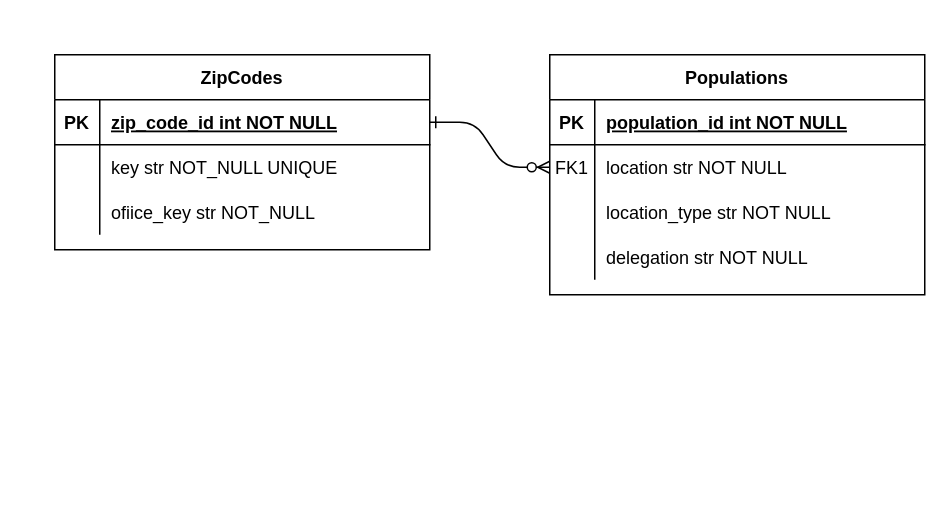
Earlier version of the draw.io diagram zip-codes/schema-db.drawio (Rola342/CodigoPostal). Source tidied: cells renumbered, new cells numbered last; positions are measured from the earlier drawing's top-left corner, leaving out a move shared by most shapes. Both pictures are drawn from the tidied source at 150%, with x=0, y=0 at pixel (54, 54).
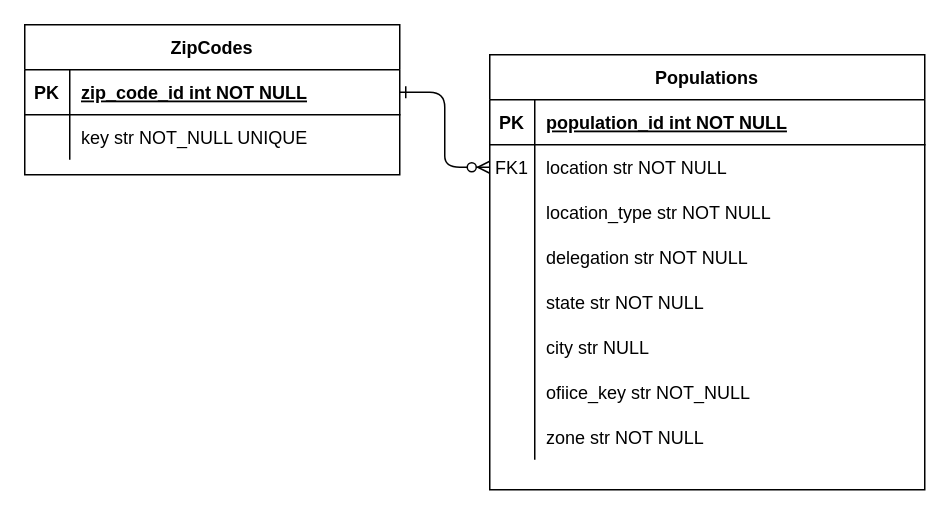
After the change.

Diff of the diagram source:
```diff
@@
     <mxCell id="3" value="Populations" style="shape=table;startSize=30;childLayout=tableLayout;rowLines=0;fontStyle=1;align=center;" parent="1" vertex="1">
-      <mxGeometry x="330" width="250" height="160" as="geometry" />
+      <mxGeometry x="290" width="290" height="290" as="geometry" />
     </mxCell>
     <mxCell id="4" style="shape=partialRectangle;fillColor=none;top=0;left=0;right=0;bottom=1;" parent="3" vertex="1">
-      <mxGeometry y="30" width="250" height="30" as="geometry" />
+      <mxGeometry y="30" width="290" height="30" as="geometry" />
     </mxCell>
@@
     <mxCell id="6" value="population_id int NOT NULL " style="shape=partialRectangle;overflow=hidden;fillColor=none;top=0;left=0;bottom=0;right=0;align=left;spacingLeft=6;fontStyle=5;" parent="4" vertex="1">
-      <mxGeometry x="30" width="220" height="30" as="geometry" />
+      <mxGeometry x="30" width="260" height="30" as="geometry" />
     </mxCell>
     <mxCell id="7" style="shape=partialRectangle;fillColor=none;points=[[0,0.5],[1,0.5]];portConstraint=eastwest;top=0;left=0;right=0;bottom=0;" parent="3" vertex="1">
-      <mxGeometry y="60" width="250" height="30" as="geometry" />
+      <mxGeometry y="60" width="290" height="30" as="geometry" />
     </mxCell>
@@
     <mxCell id="9" value="location str NOT NULL" style="shape=partialRectangle;overflow=hidden;fillColor=none;top=0;left=0;bottom=0;right=0;align=left;spacingLeft=6;" parent="7" vertex="1">
-      <mxGeometry x="30" width="220" height="30" as="geometry" />
+      <mxGeometry x="30" width="260" height="30" as="geometry" />
     </mxCell>
     <mxCell id="10" style="shape=partialRectangle;fillColor=none;top=0;left=0;right=0;bottom=0;" parent="3" vertex="1">
-      <mxGeometry y="90" width="250" height="30" as="geometry" />
+      <mxGeometry y="90" width="290" height="30" as="geometry" />
     </mxCell>
@@
     <mxCell id="12" value="location_type str NOT NULL" style="shape=partialRectangle;overflow=hidden;fillColor=none;top=0;left=0;bottom=0;right=0;align=left;spacingLeft=6;" parent="10" vertex="1">
-      <mxGeometry x="30" width="220" height="30" as="geometry" />
+      <mxGeometry x="30" width="260" height="30" as="geometry" />
     </mxCell>
     <mxCell id="13" style="shape=partialRectangle;fillColor=none;top=0;left=0;right=0;bottom=0;" parent="3" vertex="1">
-      <mxGeometry y="120" width="250" height="30" as="geometry" />
+      <mxGeometry y="120" width="290" height="30" as="geometry" />
     </mxCell>
@@
     <mxCell id="15" value="delegation str NOT NULL" style="shape=partialRectangle;overflow=hidden;fillColor=none;top=0;left=0;bottom=0;right=0;align=left;spacingLeft=6;" parent="13" vertex="1">
-      <mxGeometry x="30" width="220" height="30" as="geometry" />
+      <mxGeometry x="30" width="260" height="30" as="geometry" />
     </mxCell>
+    <mxCell id="26" style="shape=partialRectangle;fillColor=none;top=0;left=0;right=0;bottom=0;" parent="3" vertex="1">
+      <mxGeometry y="150" width="290" height="30" as="geometry" />
+    </mxCell>
+    <mxCell id="27" style="shape=partialRectangle;overflow=hidden;fillColor=none;top=0;left=0;bottom=0;right=0;" parent="26" vertex="1">
+      <mxGeometry width="30" height="30" as="geometry" />
+    </mxCell>
+    <mxCell id="28" value="state str NOT NULL" style="shape=partialRectangle;overflow=hidden;fillColor=none;top=0;left=0;bottom=0;right=0;align=left;spacingLeft=6;" parent="26" vertex="1">
+      <mxGeometry x="30" width="260" height="30" as="geometry" />
+    </mxCell>
+    <mxCell id="29" style="shape=partialRectangle;fillColor=none;top=0;left=0;right=0;bottom=0;" parent="3" vertex="1">
+      <mxGeometry y="180" width="290" height="30" as="geometry" />
+    </mxCell>
+    <mxCell id="30" style="shape=partialRectangle;overflow=hidden;fillColor=none;top=0;left=0;bottom=0;right=0;" parent="29" vertex="1">
+      <mxGeometry width="30" height="30" as="geometry" />
+    </mxCell>
+    <mxCell id="31" value="city str NULL" style="shape=partialRectangle;overflow=hidden;fillColor=none;top=0;left=0;bottom=0;right=0;align=left;spacingLeft=6;" parent="29" vertex="1">
+      <mxGeometry x="30" width="260" height="30" as="geometry" />
+    </mxCell>
+    <mxCell id="23" style="shape=partialRectangle;fillColor=none;top=0;left=0;right=0;bottom=0;" parent="3" vertex="1">
+      <mxGeometry y="210" width="290" height="30" as="geometry" />
+    </mxCell>
+    <mxCell id="24" style="shape=partialRectangle;overflow=hidden;fillColor=none;top=0;left=0;bottom=0;right=0;" parent="23" vertex="1">
+      <mxGeometry width="30" height="30" as="geometry" />
+    </mxCell>
+    <mxCell id="25" value="ofiice_key str NOT_NULL" style="shape=partialRectangle;overflow=hidden;fillColor=none;top=0;left=0;bottom=0;right=0;align=left;spacingLeft=6;" parent="23" vertex="1">
+      <mxGeometry x="30" width="260" height="30" as="geometry" />
+    </mxCell>
+    <mxCell id="32" style="shape=partialRectangle;fillColor=none;top=0;left=0;right=0;bottom=0;" parent="3" vertex="1">
+      <mxGeometry y="240" width="290" height="30" as="geometry" />
+    </mxCell>
+    <mxCell id="33" style="shape=partialRectangle;overflow=hidden;fillColor=none;top=0;left=0;bottom=0;right=0;" parent="32" vertex="1">
+      <mxGeometry width="30" height="30" as="geometry" />
+    </mxCell>
+    <mxCell id="34" value="zone str NOT NULL" style="shape=partialRectangle;overflow=hidden;fillColor=none;top=0;left=0;bottom=0;right=0;align=left;spacingLeft=6;" parent="32" vertex="1">
+      <mxGeometry x="30" width="260" height="30" as="geometry" />
+    </mxCell>
     <mxCell id="16" value="ZipCodes" style="shape=table;startSize=30;childLayout=tableLayout;rowLines=0;fontStyle=1;align=center;" parent="1" vertex="1">
-      <mxGeometry width="250" height="130" as="geometry" />
+      <mxGeometry x="-20" y="-20" width="250" height="100" as="geometry" />
     </mxCell>
@@
-    <mxCell id="23" style="shape=partialRectangle;fillColor=none;top=0;left=0;right=0;bottom=0;" parent="16" vertex="1">
-      <mxGeometry y="90" width="250" height="30" as="geometry" />
-    </mxCell>
-    <mxCell id="24" style="shape=partialRectangle;overflow=hidden;fillColor=none;top=0;left=0;bottom=0;right=0;" parent="23" vertex="1">
-      <mxGeometry width="30" height="30" as="geometry" />
-    </mxCell>
-    <mxCell id="25" value="ofiice_key str NOT_NULL" style="shape=partialRectangle;overflow=hidden;fillColor=none;top=0;left=0;bottom=0;right=0;align=left;spacingLeft=6;" parent="23" vertex="1">
-      <mxGeometry x="30" width="220" height="30" as="geometry" />
-    </mxCell>
```
